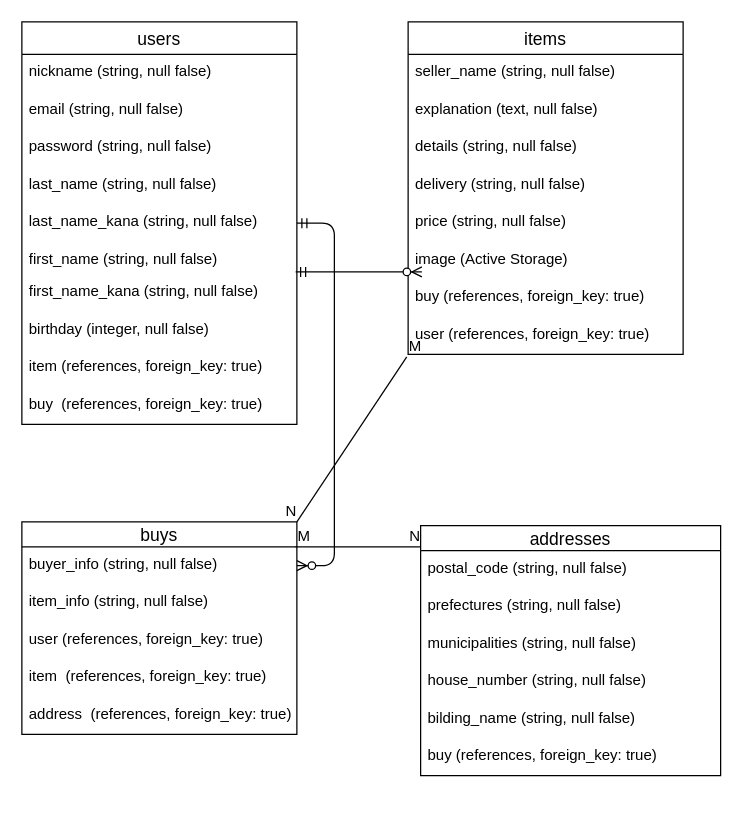
Before: furima.dio in masayoshi12/furima-27053, a draw.io diagram. Source tidied: cells renumbered, new cells numbered last; positions are measured from the earlier drawing's top-left corner, leaving out a move shared by most shapes. Both pictures are drawn from the tidied source at 125%, with x=0, y=0 at pixel (21, 21).
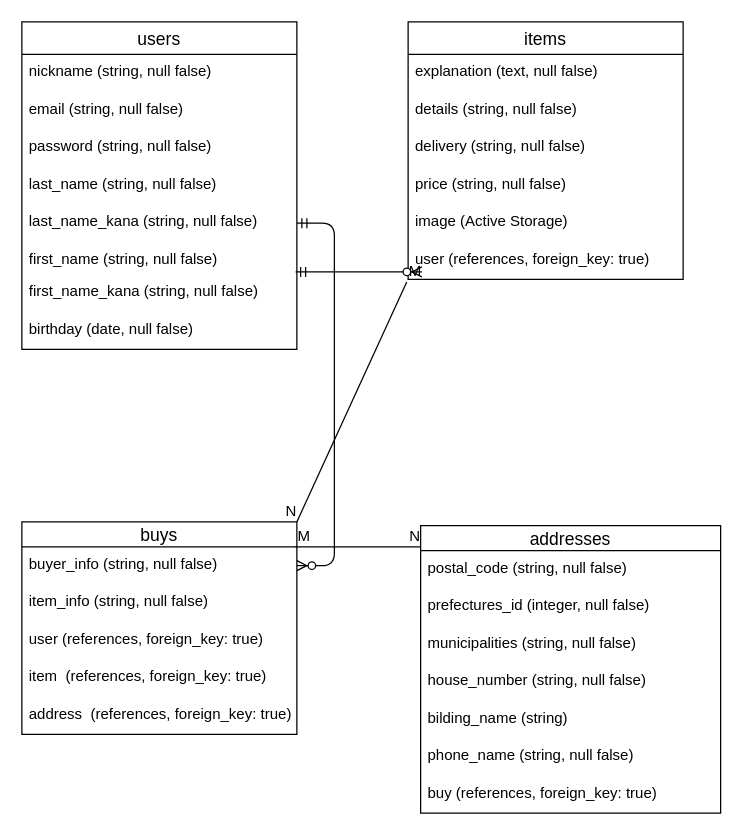
Above is the later version.

Commit message (it also covers changes not shown here):
データベースの設定（修正＿１）

Diff of the diagram source:
```diff
@@
     <mxCell id="2" value="users" style="swimlane;fontStyle=0;horizontal=1;startSize=26;align=center;fontSize=14;" parent="1" vertex="1">
-      <mxGeometry width="220" height="322" as="geometry" />
+      <mxGeometry width="220" height="262" as="geometry" />
     </mxCell>
@@
-    <mxCell id="10" value="birthday (integer, null false)" style="text;strokeColor=none;fillColor=none;spacingLeft=4;spacingRight=4;overflow=hidden;fontSize=12;" parent="2" vertex="1">
+    <mxCell id="10" value="birthday (date, null false)" style="text;strokeColor=none;fillColor=none;spacingLeft=4;spacingRight=4;overflow=hidden;fontSize=12;" parent="2" vertex="1">
       <mxGeometry y="232" width="220" height="30" as="geometry" />
     </mxCell>
-    <mxCell id="11" value="item (references, foreign_key: true)" style="text;strokeColor=none;fillColor=none;spacingLeft=4;spacingRight=4;overflow=hidden;fontSize=12;" parent="2" vertex="1">
-      <mxGeometry y="262" width="220" height="30" as="geometry" />
-    </mxCell>
-    <mxCell id="12" value="buy  (references, foreign_key: true)" style="text;strokeColor=none;fillColor=none;spacingLeft=4;spacingRight=4;overflow=hidden;fontSize=12;" parent="2" vertex="1">
-      <mxGeometry y="292" width="220" height="30" as="geometry" />
-    </mxCell>
     <mxCell id="13" value="items" style="swimlane;fontStyle=0;horizontal=1;startSize=26;align=center;fontSize=14;" parent="1" vertex="1">
-      <mxGeometry x="309" width="220" height="266" as="geometry" />
+      <mxGeometry x="309" width="220" height="206" as="geometry" />
     </mxCell>
-    <mxCell id="14" value="seller_name (string, null false)" style="text;strokeColor=none;fillColor=none;spacingLeft=4;spacingRight=4;overflow=hidden;fontSize=12;" parent="13" vertex="1">
-      <mxGeometry y="26" width="220" height="30" as="geometry" />
-    </mxCell>
     <mxCell id="15" value="explanation (text, null false)" style="text;strokeColor=none;fillColor=none;spacingLeft=4;spacingRight=4;overflow=hidden;fontSize=12;" parent="13" vertex="1">
-      <mxGeometry y="56" width="220" height="30" as="geometry" />
+      <mxGeometry y="26" width="220" height="30" as="geometry" />
     </mxCell>
     <mxCell id="16" value="details (string, null false)" style="text;strokeColor=none;fillColor=none;spacingLeft=4;spacingRight=4;overflow=hidden;fontSize=12;" parent="13" vertex="1">
-      <mxGeometry y="86" width="220" height="30" as="geometry" />
+      <mxGeometry y="56" width="220" height="30" as="geometry" />
     </mxCell>
     <mxCell id="17" value="delivery (string, null false)" style="text;strokeColor=none;fillColor=none;spacingLeft=4;spacingRight=4;overflow=hidden;fontSize=12;" parent="13" vertex="1">
-      <mxGeometry y="116" width="220" height="30" as="geometry" />
+      <mxGeometry y="86" width="220" height="30" as="geometry" />
     </mxCell>
     <mxCell id="18" value="price (string, null false)" style="text;strokeColor=none;fillColor=none;spacingLeft=4;spacingRight=4;overflow=hidden;fontSize=12;" parent="13" vertex="1">
-      <mxGeometry y="146" width="220" height="30" as="geometry" />
+      <mxGeometry y="116" width="220" height="30" as="geometry" />
     </mxCell>
     <mxCell id="19" value="image (Active Storage)" style="text;strokeColor=none;fillColor=none;spacingLeft=4;spacingRight=4;overflow=hidden;fontSize=12;" parent="13" vertex="1">
-      <mxGeometry y="176" width="220" height="30" as="geometry" />
+      <mxGeometry y="146" width="220" height="30" as="geometry" />
     </mxCell>
-    <mxCell id="20" value="buy (references, foreign_key: true)" style="text;strokeColor=none;fillColor=none;spacingLeft=4;spacingRight=4;overflow=hidden;fontSize=12;" parent="13" vertex="1">
-      <mxGeometry y="206" width="220" height="30" as="geometry" />
-    </mxCell>
     <mxCell id="21" value="user (references, foreign_key: true)" style="text;strokeColor=none;fillColor=none;spacingLeft=4;spacingRight=4;overflow=hidden;points=[[0,0.5],[1,0.5]];portConstraint=eastwest;fontSize=12;" parent="13" vertex="1">
-      <mxGeometry y="236" width="220" height="30" as="geometry" />
+      <mxGeometry y="176" width="220" height="30" as="geometry" />
     </mxCell>
@@
     <mxCell id="32" value="addresses" style="swimlane;fontStyle=0;horizontal=1;startSize=20;align=center;fontSize=14;" parent="1" vertex="1">
-      <mxGeometry x="319" y="403" width="240" height="200" as="geometry" />
+      <mxGeometry x="319" y="403" width="240" height="230" as="geometry" />
     </mxCell>
@@
-    <mxCell id="34" value="prefectures (string, null false)" style="text;strokeColor=none;fillColor=none;spacingLeft=4;spacingRight=4;overflow=hidden;fontSize=12;" parent="32" vertex="1">
+    <mxCell id="34" value="prefectures_id (integer, null false)" style="text;strokeColor=none;fillColor=none;spacingLeft=4;spacingRight=4;overflow=hidden;fontSize=12;" parent="32" vertex="1">
       <mxGeometry y="50" width="240" height="30" as="geometry" />
     </mxCell>
@@
-    <mxCell id="37" value="bilding_name (string, null false)" style="text;strokeColor=none;fillColor=none;spacingLeft=4;spacingRight=4;overflow=hidden;fontSize=12;" parent="32" vertex="1">
+    <mxCell id="37" value="bilding_name (string)" style="text;strokeColor=none;fillColor=none;spacingLeft=4;spacingRight=4;overflow=hidden;fontSize=12;" parent="32" vertex="1">
       <mxGeometry y="140" width="240" height="30" as="geometry" />
     </mxCell>
-    <mxCell id="38" value="buy (references, foreign_key: true)" style="text;strokeColor=none;fillColor=none;spacingLeft=4;spacingRight=4;overflow=hidden;fontSize=12;" parent="32" vertex="1">
+    <mxCell id="38" value="phone_name (string, null false)" style="text;strokeColor=none;fillColor=none;spacingLeft=4;spacingRight=4;overflow=hidden;fontSize=12;" parent="32" vertex="1">
       <mxGeometry y="170" width="240" height="30" as="geometry" />
     </mxCell>
+    <mxCell id="20" value="buy (references, foreign_key: true)" style="text;strokeColor=none;fillColor=none;spacingLeft=4;spacingRight=4;overflow=hidden;fontSize=12;" parent="32" vertex="1">
+      <mxGeometry y="200" width="240" height="30" as="geometry" />
+    </mxCell>
```
